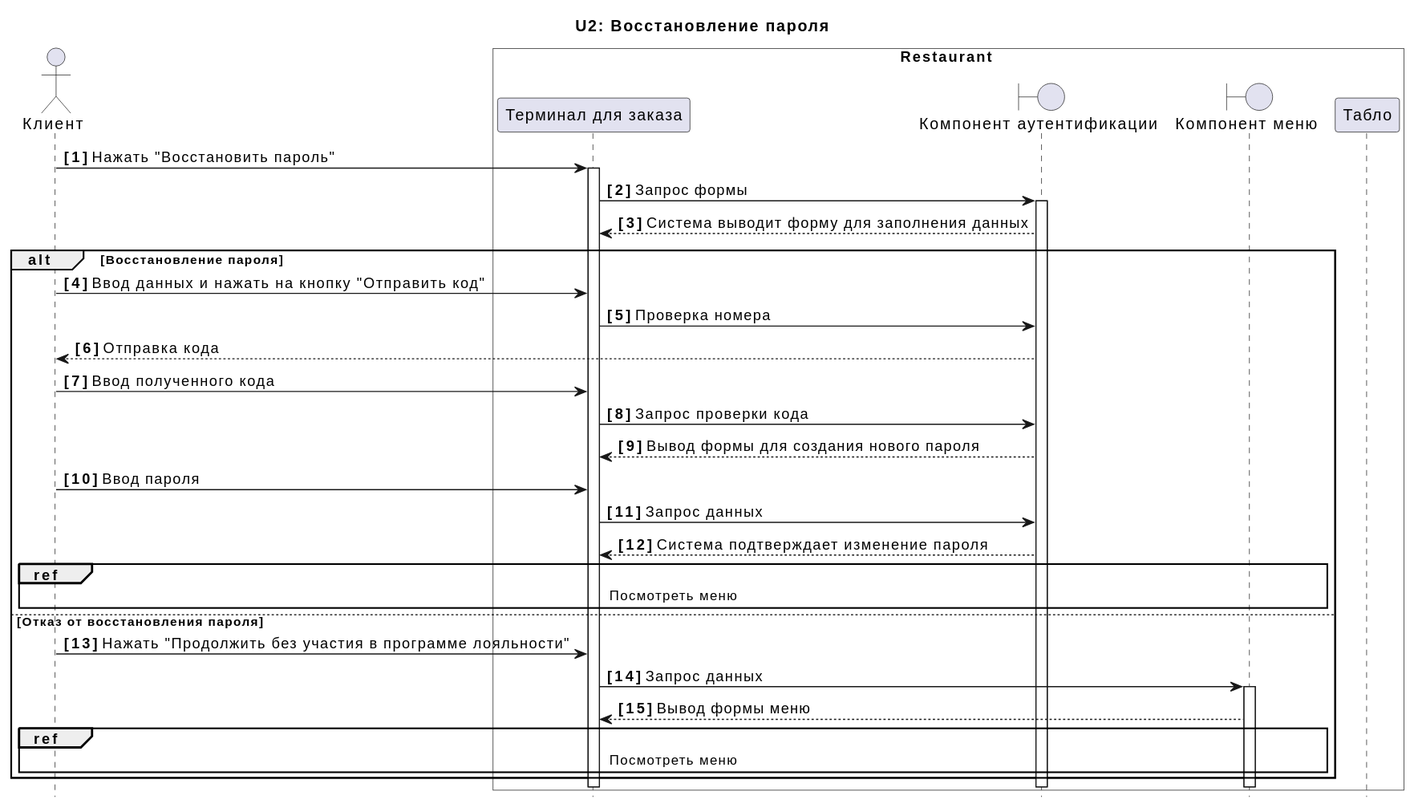
xxx996/OTUS_Restaraunt keeps this PlantUML diagram as docs/diagrams/include/UC2.svg. Above is the earlier version.
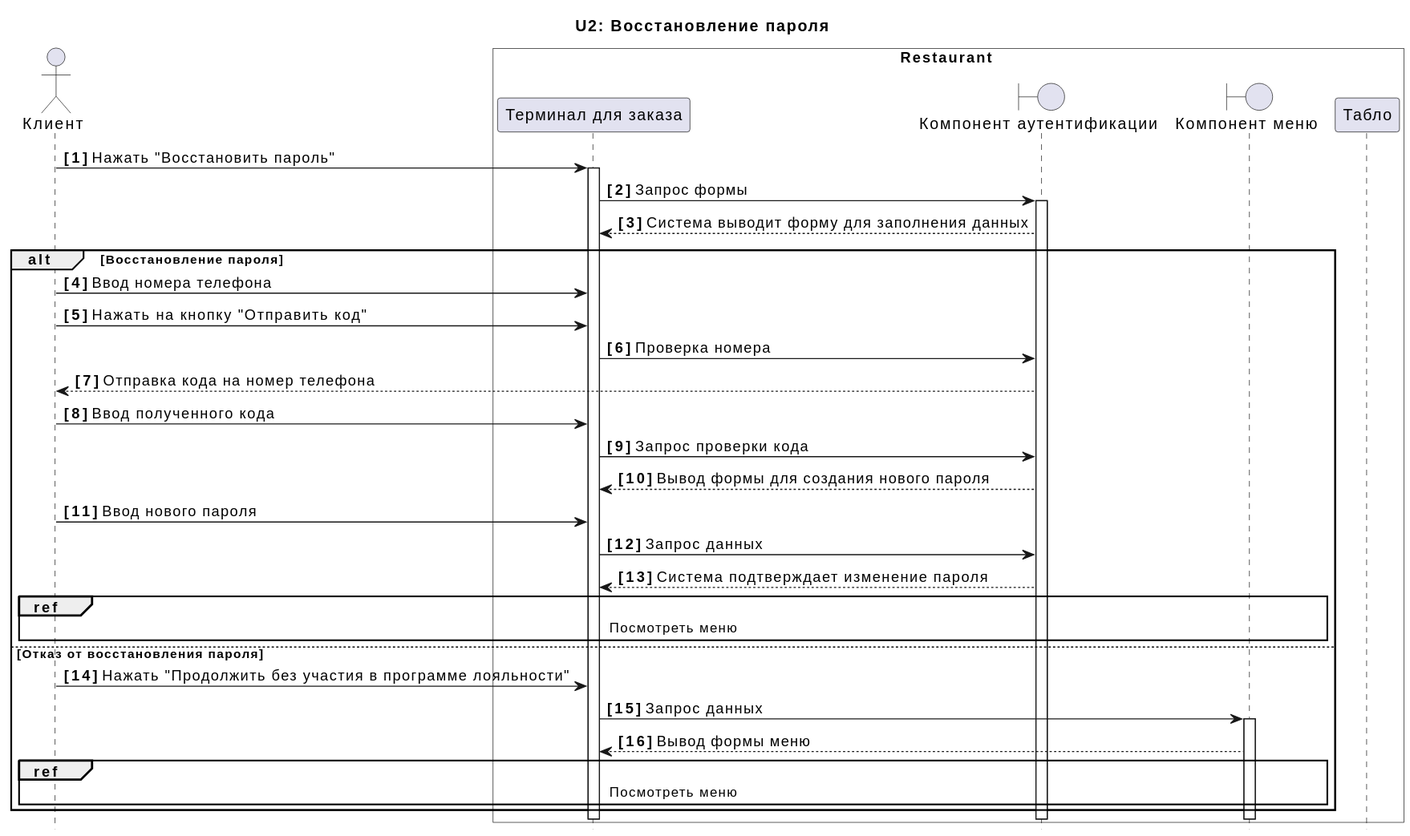
The same file after the commit.

Change to the diagram source:
```diff
@@ -17,13 +17,14 @@
 
 alt Восстановление пароля
 
-C -> A:  Ввод данных и нажать на кнопку "Отправить код"
+C -> A:  Ввод номера телефона
+C -> A: Нажать на кнопку "Отправить код"
 A -> Q:  Проверка номера
-Q --> C:  Отправка кода
+Q --> C:  Отправка кода на номер телефона
 C -> A:  Ввод полученного кода
 A -> Q:  Запрос проверки кода
 Q --> A:  Вывод формы для создания нового пароля
-C -> A:  Ввод пароля
+C -> A:  Ввод нового пароля
 A -> Q:  Запрос данных
 Q --> A:  Система подтверждает изменение пароля
 
```
